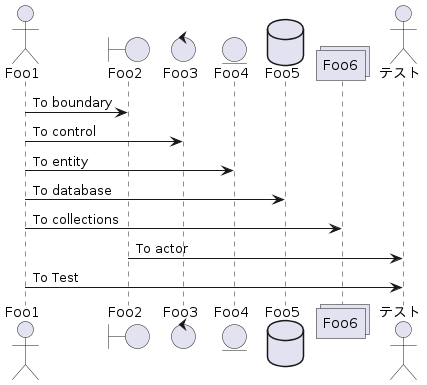
Above: docs/test.png in yoshida-m-3/generate-plantuml (PlantUML), before the change.
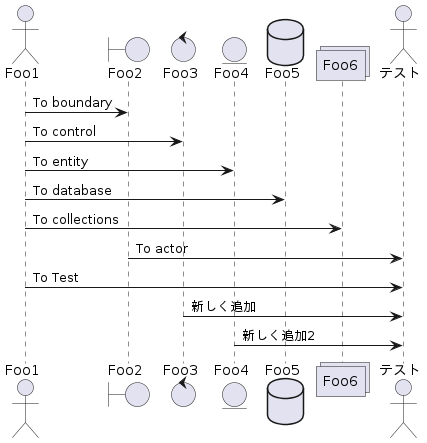
The same file after the commit.

Commit message:
add generated diagrams

The edit, as a diff of the source:
```diff
@@ -13,4 +13,6 @@
 Foo1 -> Foo6 : To collections
 Foo2 -> テスト : To actor
 Foo1 -> テスト : To Test
+Foo3 -> テスト : 新しく追加
+Foo4 -> テスト : 新しく追加2
 @enduml
```
